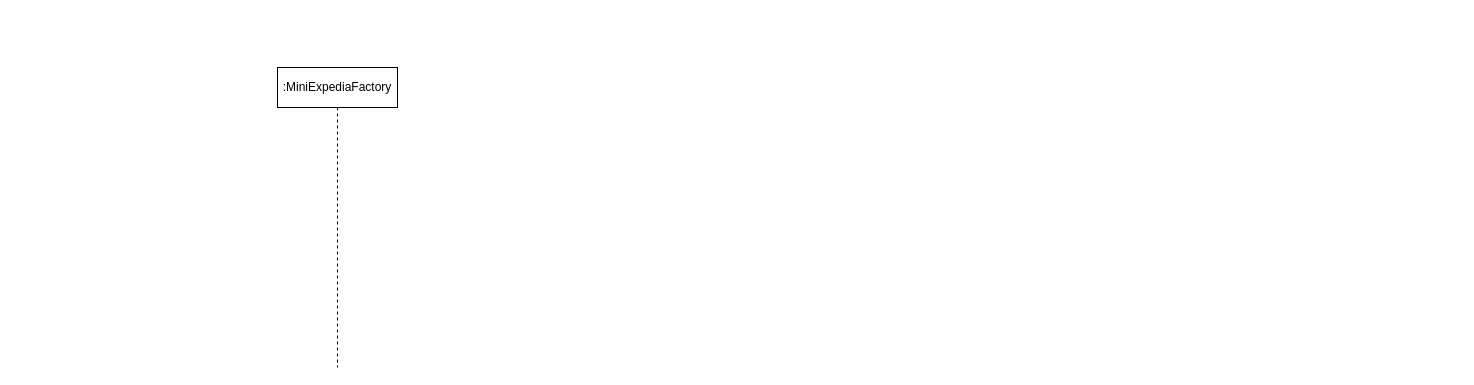
Before: page "Page-2" (2 of 2) of workshop8-week9.drawio in antonykimuom/SWEN30006-2025-SM1-workshop1-tuew05-14-00-team-12, a draw.io diagram. Source tidied: cells renumbered, new cells numbered last; positions are measured from the earlier drawing's top-left corner, leaving out a move shared by most shapes. Both pictures are drawn from the tidied source at 100%, with x=0, y=0 at pixel (277, 67).
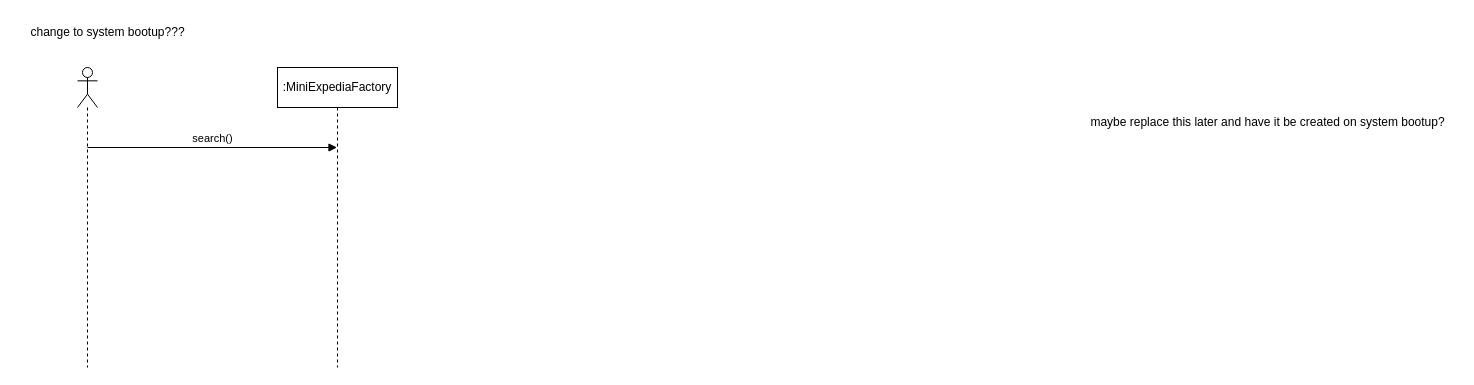
The same diagram, later.

The edit, as a diff of the source:
```diff
@@
 <mxGraphModel>
   <root>
     <mxCell id="0" />
     <mxCell id="1" parent="0" />
     <mxCell id="2" value=":MiniExpediaFactory" style="shape=umlLifeline;perimeter=lifelinePerimeter;whiteSpace=wrap;html=1;outlineConnect=0;portConstraint=eastwest;newEdgeStyle={&quot;curved&quot;:0,&quot;rounded&quot;:0};" parent="1" vertex="1">
       <mxGeometry width="120" height="300" as="geometry" />
     </mxCell>
+    <mxCell id="3" style="shape=umlLifeline;perimeter=lifelinePerimeter;whiteSpace=wrap;html=1;newEdgeStyle={&quot;curved&quot;:0,&quot;rounded&quot;:0};participant=umlActor;" parent="1" vertex="1">
+      <mxGeometry x="-200" width="20" height="300" as="geometry" />
+    </mxCell>
+    <mxCell id="4" value="maybe replace this later and have it be created on system bootup?" style="text;html=1;align=center;verticalAlign=middle;strokeColor=none;fillColor=none;" parent="1" vertex="1">
+      <mxGeometry x="800" y="40" width="380" height="30" as="geometry" />
+    </mxCell>
+    <mxCell id="5" value="change to system bootup???" style="text;html=1;align=center;verticalAlign=middle;strokeColor=none;fillColor=none;" parent="1" vertex="1">
+      <mxGeometry x="-260" y="-50" width="180" height="30" as="geometry" />
+    </mxCell>
+    <mxCell id="6" value="search()" style="html=1;verticalAlign=bottom;endArrow=block;curved=0;rounded=0;" parent="1" edge="1" target="2">
+      <mxGeometry relative="1" as="geometry">
+        <mxPoint x="-190" y="80" as="sourcePoint" />
+      </mxGeometry>
+    </mxCell>
   </root>
 </mxGraphModel>
```
